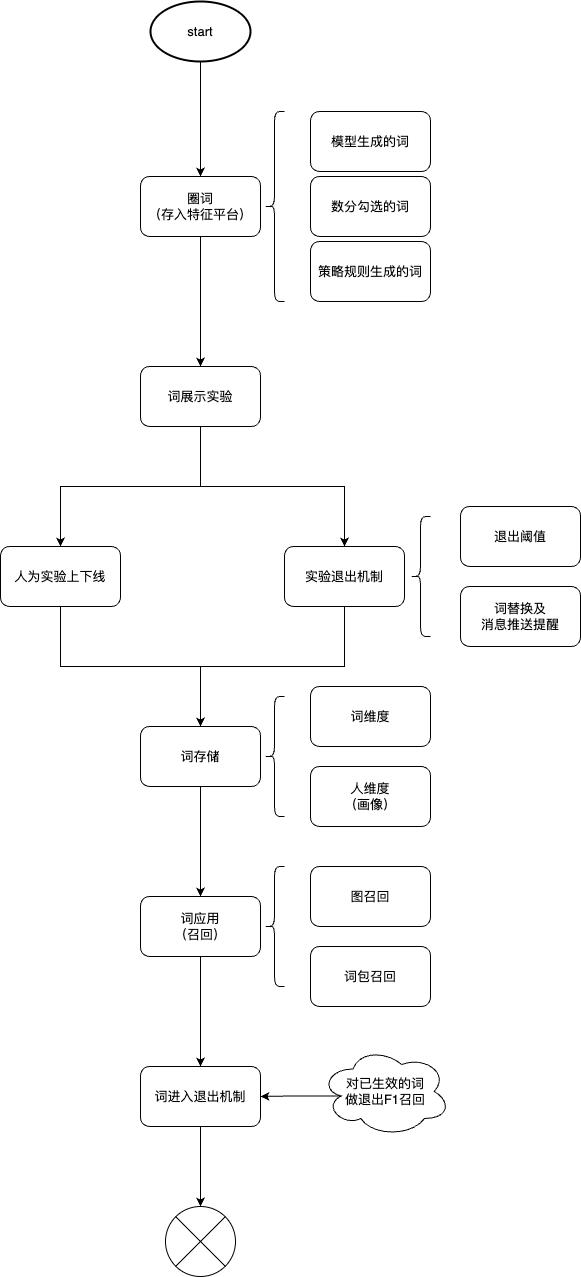
Above: work-draw-file/标签与F1联动主体思路流程图.png in liujunao/draw-data (draw.io), before the change. Source tidied: cells renumbered, new cells last; positions are measured from the earlier drawing's top-left corner, leaving out a move shared by most shapes.
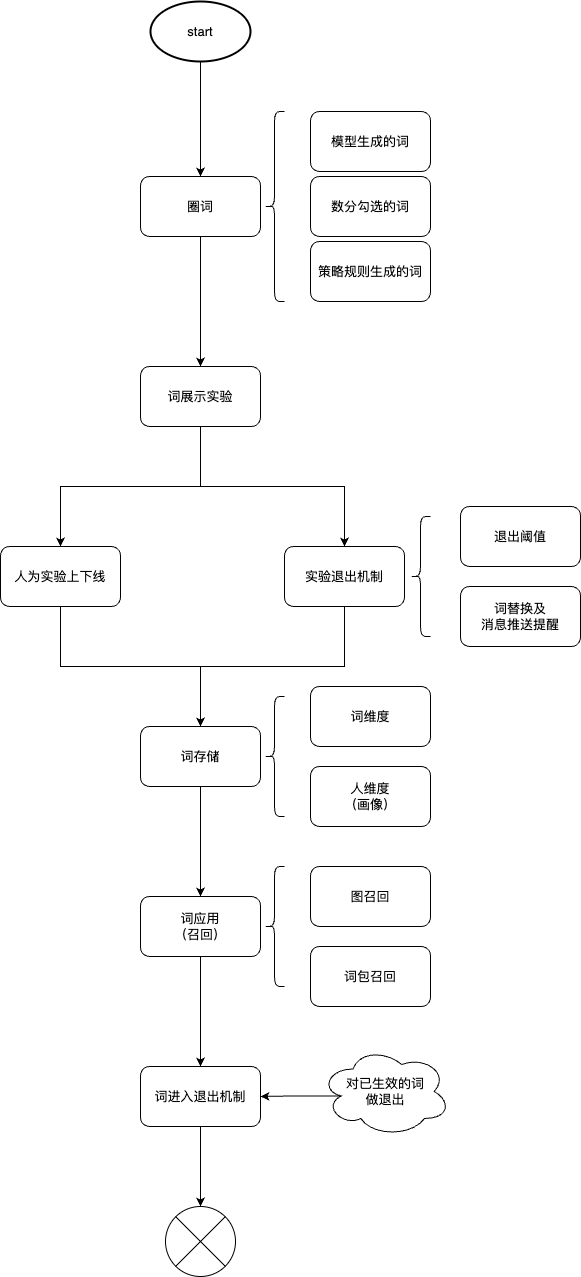
Later version of the same file.

Commit message:
更新标签与F1联动主体思路流程图.png

Diff of the diagram source:
```diff
@@ -5,7 +5,7 @@
     <mxCell id="2" style="edgeStyle=orthogonalEdgeStyle;rounded=0;jettySize=auto;html=1;exitX=0.5;exitY=1;exitDx=0;exitDy=0;" parent="1" edge="1" source="3" target="6">
       <mxGeometry relative="1" as="geometry" />
     </mxCell>
-    <mxCell id="3" value="圈词&lt;br&gt;（存入特征平台）" style="rounded=1;whiteSpace=wrap;html=1;" parent="1" vertex="1">
+    <mxCell id="3" value="圈词" style="rounded=1;whiteSpace=wrap;html=1;" parent="1" vertex="1">
       <mxGeometry x="140" y="175" width="120" height="60" as="geometry" />
     </mxCell>
     <mxCell id="4" style="edgeStyle=orthogonalEdgeStyle;rounded=0;jettySize=auto;html=1;exitX=0.5;exitY=1;exitDx=0;exitDy=0;" parent="1" edge="1" source="6" target="12">
@@ -89,7 +89,7 @@
     <mxCell id="30" style="edgeStyle=orthogonalEdgeStyle;rounded=0;jettySize=auto;html=1;exitX=0.16;exitY=0.55;exitDx=0;exitDy=0;exitPerimeter=0;entryX=1;entryY=0.5;entryDx=0;entryDy=0;" parent="1" edge="1" source="31" target="29">
       <mxGeometry relative="1" as="geometry" />
     </mxCell>
-    <mxCell id="31" value="对已生效的词&lt;br&gt;做退出F1召回" style="ellipse;shape=cloud;whiteSpace=wrap;html=1;" parent="1" vertex="1">
+    <mxCell id="31" value="对已生效的词&lt;br&gt;做退出" style="ellipse;shape=cloud;whiteSpace=wrap;html=1;" parent="1" vertex="1">
       <mxGeometry x="320" y="1045" width="130" height="90" as="geometry" />
     </mxCell>
     <mxCell id="32" style="verticalLabelPosition=bottom;verticalAlign=top;html=1;shape=mxgraph.flowchart.or;" parent="1" vertex="1">
```
